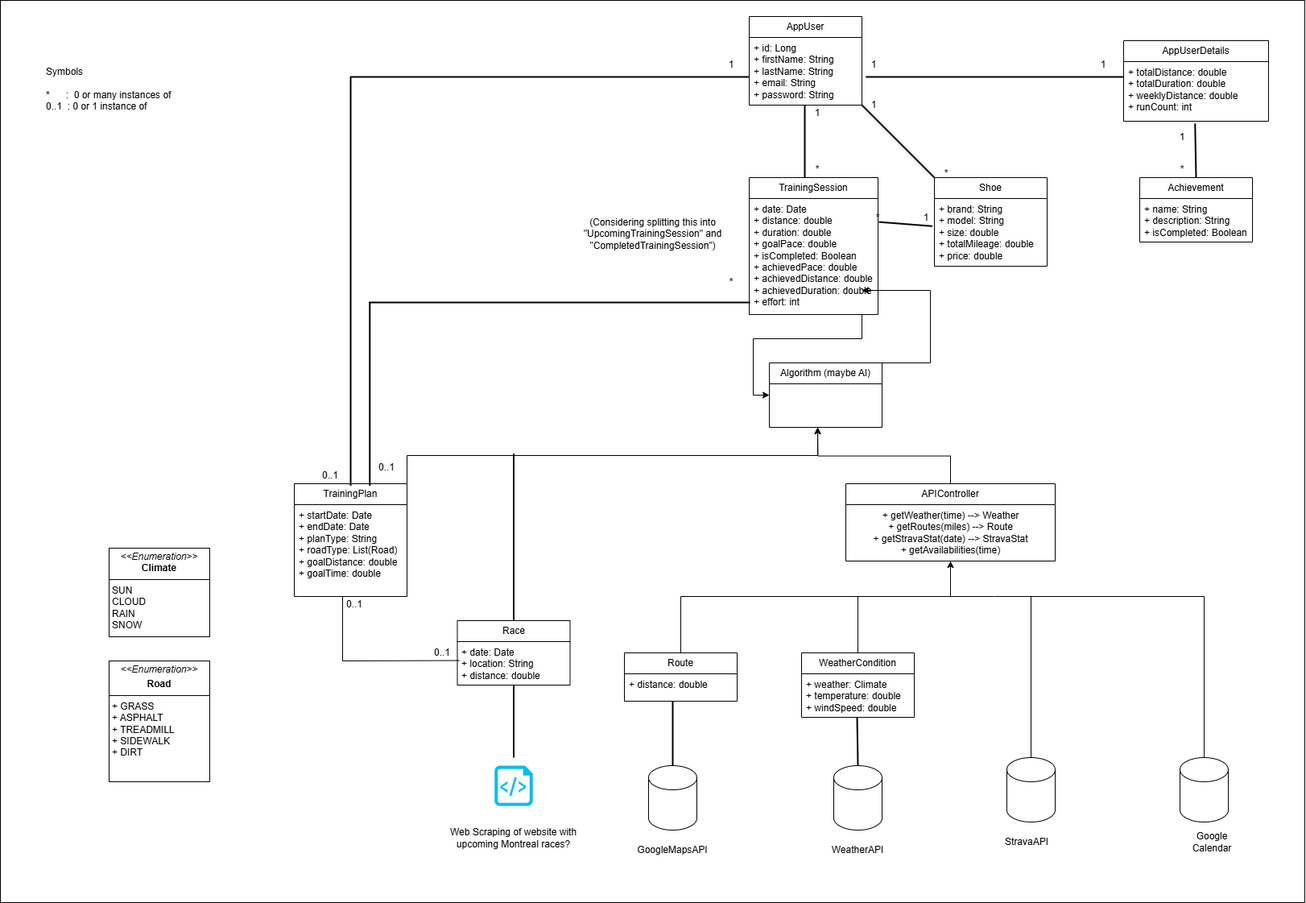
runagainstthewinds/backend keeps this draw.io diagram as Documents/DomainModelDesign.png. Above is the earlier version. Source tidied: cells renumbered, new cells last; positions are measured from the earlier drawing's top-left corner, leaving out a move shared by most shapes.
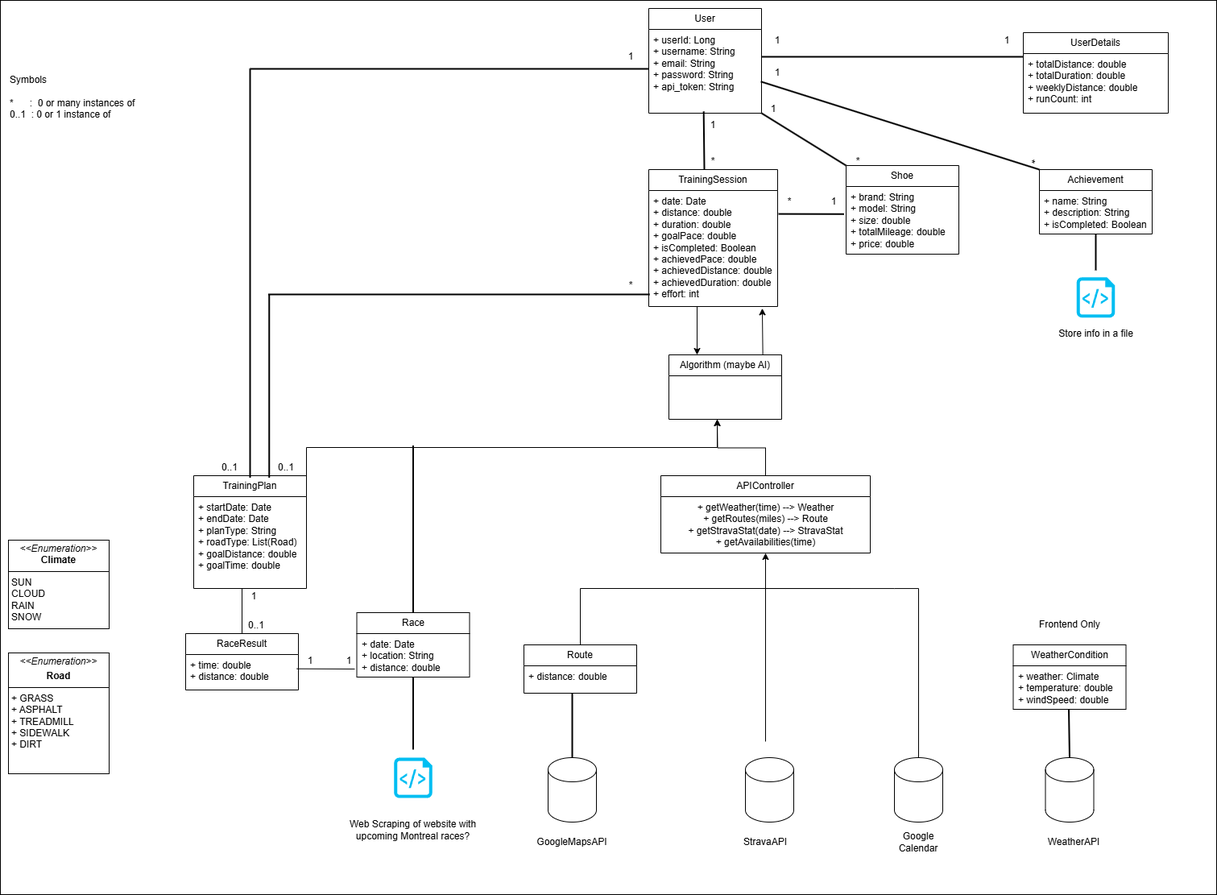
After the commit.

Diff of the diagram source:
```diff
@@ -4,7 +4,7 @@
     <mxCell id="1" parent="0" />
-    <mxCell id="2" value="AppUser" style="swimlane;fontStyle=0;horizontal=1;startSize=26;fillColor=none;whiteSpace=wrap;html=1;" parent="1" vertex="1">
-      <mxGeometry x="930" y="20" width="140" height="110" as="geometry" />
+    <mxCell id="2" value="User" style="swimlane;fontStyle=0;horizontal=1;startSize=26;fillColor=none;whiteSpace=wrap;html=1;" parent="1" vertex="1">
+      <mxGeometry x="930" y="20" width="140" height="130" as="geometry" />
     </mxCell>
-    <mxCell id="3" value="+ id: Long&lt;div&gt;+ firstName: String&lt;/div&gt;&lt;div&gt;+ lastName: String&lt;/div&gt;&lt;div&gt;+ email: String&amp;nbsp;&lt;/div&gt;&lt;div&gt;+ password: String&lt;/div&gt;&lt;div&gt;&lt;br&gt;&lt;/div&gt;" style="text;strokeColor=none;fillColor=none;align=left;verticalAlign=top;spacingLeft=4;spacingRight=4;overflow=hidden;points=[[0,0.5],[1,0.5]];portConstraint=eastwest;whiteSpace=wrap;html=1;" parent="2" vertex="1">
-      <mxGeometry y="26" width="140" height="84" as="geometry" />
+    <mxCell id="3" value="+ userId: Long&lt;div&gt;+ username: String&lt;/div&gt;&lt;div&gt;+ email: String&amp;nbsp;&lt;/div&gt;&lt;div&gt;+ password: String&lt;/div&gt;&lt;div&gt;+ api_token: String&lt;/div&gt;&lt;div&gt;&lt;br&gt;&lt;/div&gt;" style="text;strokeColor=none;fillColor=none;align=left;verticalAlign=top;spacingLeft=4;spacingRight=4;overflow=hidden;points=[[0,0.5],[1,0.5]];portConstraint=eastwest;whiteSpace=wrap;html=1;" parent="2" vertex="1">
+      <mxGeometry y="26" width="140" height="104" as="geometry" />
     </mxCell>
@@ -32,3 +32,3 @@
     </mxCell>
-    <mxCell id="9" value="AppUserDetails" style="swimlane;fontStyle=0;horizontal=1;startSize=26;fillColor=none;whiteSpace=wrap;html=1;" parent="1" vertex="1">
+    <mxCell id="9" value="UserDetails" style="swimlane;fontStyle=0;horizontal=1;startSize=26;fillColor=none;whiteSpace=wrap;html=1;" parent="1" vertex="1">
       <mxGeometry x="1395" y="50" width="180" height="100" as="geometry" />
@@ -39,3 +39,3 @@
     <mxCell id="11" value="Shoe" style="swimlane;fontStyle=0;horizontal=1;startSize=26;fillColor=none;whiteSpace=wrap;html=1;" parent="1" vertex="1">
-      <mxGeometry x="1160" y="220" width="140" height="110" as="geometry" />
+      <mxGeometry x="1175" y="215" width="140" height="110" as="geometry" />
     </mxCell>
@@ -44,24 +44,20 @@
     </mxCell>
-    <mxCell id="13" style="endArrow=none;html=1;rounded=0;strokeWidth=2;" parent="1" edge="1">
-      <mxGeometry relative="1" as="geometry">
-        <mxPoint x="1160" y="220" as="sourcePoint" />
-        <mxPoint x="1070" y="130" as="targetPoint" />
-      </mxGeometry>
+    <mxCell id="13" style="endArrow=none;html=1;rounded=0;strokeWidth=2;exitX=0;exitY=0.75;exitDx=0;exitDy=0;entryX=1;entryY=1;entryDx=0;entryDy=0;entryPerimeter=0;" parent="1" edge="1" source="16" target="3">
+      <mxGeometry relative="1" as="geometry" />
     </mxCell>
     <mxCell id="14" value="1" style="text;html=1;align=center;verticalAlign=middle;whiteSpace=wrap;rounded=0;" parent="1" vertex="1">
-      <mxGeometry x="1000" y="130" width="30" height="20" as="geometry" />
+      <mxGeometry x="995" y="155" width="30" height="20" as="geometry" />
     </mxCell>
     <mxCell id="15" value="*" style="text;html=1;align=center;verticalAlign=middle;whiteSpace=wrap;rounded=0;" parent="1" vertex="1">
-      <mxGeometry x="1000" y="200" width="30" height="20" as="geometry" />
+      <mxGeometry x="995" y="200" width="30" height="20" as="geometry" />
     </mxCell>
     <mxCell id="16" value="*" style="text;html=1;align=center;verticalAlign=middle;whiteSpace=wrap;rounded=0;" parent="1" vertex="1">
-      <mxGeometry x="1160" y="205" width="30" height="20" as="geometry" />
+      <mxGeometry x="1175" y="200" width="30" height="20" as="geometry" />
     </mxCell>
     <mxCell id="17" value="Symbols&lt;div&gt;&lt;br&gt;&lt;/div&gt;&lt;div&gt;*&amp;nbsp; &amp;nbsp; &amp;nbsp; :&amp;nbsp; 0 or many instances of&lt;/div&gt;&lt;div&gt;0..1&amp;nbsp; : 0 or 1 instance of&lt;/div&gt;" style="text;html=1;align=left;verticalAlign=middle;whiteSpace=wrap;rounded=0;" parent="1" vertex="1">
-      <mxGeometry x="55" y="40" width="200" height="140" as="geometry" />
+      <mxGeometry x="135" y="60" width="200" height="140" as="geometry" />
     </mxCell>
-    <mxCell id="18" style="endArrow=none;html=1;rounded=0;entryX=0;entryY=0.5;entryDx=0;entryDy=0;entryPerimeter=0;strokeWidth=2;" parent="1" edge="1">
+    <mxCell id="18" style="endArrow=none;html=1;rounded=0;entryX=0.487;entryY=0.979;entryDx=0;entryDy=0;strokeWidth=2;entryPerimeter=0;" parent="1" edge="1" target="3">
       <mxGeometry relative="1" as="geometry">
         <mxPoint x="999" y="220" as="sourcePoint" />
-        <mxPoint x="999" y="130" as="targetPoint" />
       </mxGeometry>
@@ -69,6 +65,6 @@
     <mxCell id="19" style="line;strokeWidth=2;html=1;" parent="1" vertex="1">
-      <mxGeometry x="1075" y="40" width="320" height="110" as="geometry" />
+      <mxGeometry x="1070" y="25" width="325" height="110" as="geometry" />
     </mxCell>
     <mxCell id="20" value="1" style="text;html=1;align=center;verticalAlign=middle;whiteSpace=wrap;rounded=0;" parent="1" vertex="1">
-      <mxGeometry x="1070" y="120" width="30" height="20" as="geometry" />
+      <mxGeometry x="1070" y="135" width="30" height="20" as="geometry" />
     </mxCell>
@@ -81,9 +77,9 @@
     <mxCell id="23" value="1" style="text;html=1;align=center;verticalAlign=middle;whiteSpace=wrap;rounded=0;" parent="1" vertex="1">
-      <mxGeometry x="1070" y="70" width="30" height="20" as="geometry" />
+      <mxGeometry x="1075" y="50" width="30" height="20" as="geometry" />
     </mxCell>
     <mxCell id="24" value="1" style="text;html=1;align=center;verticalAlign=middle;whiteSpace=wrap;rounded=0;" parent="1" vertex="1">
-      <mxGeometry x="1355" y="70" width="30" height="20" as="geometry" />
+      <mxGeometry x="1360" y="50" width="30" height="20" as="geometry" />
     </mxCell>
     <mxCell id="25" value="WeatherCondition" style="swimlane;fontStyle=0;horizontal=1;startSize=26;fillColor=none;whiteSpace=wrap;html=1;" parent="1" vertex="1">
-      <mxGeometry x="995" y="810" width="140" height="80" as="geometry" />
+      <mxGeometry x="1382.5" y="810" width="140" height="80" as="geometry" />
     </mxCell>
@@ -96,3 +92,3 @@
     <mxCell id="28" style="shape=cylinder3;whiteSpace=wrap;html=1;boundedLbl=1;backgroundOutline=1;size=15;" parent="1" vertex="1">
-      <mxGeometry x="1035" y="950" width="60" height="80" as="geometry" />
+      <mxGeometry x="1422.5" y="950" width="60" height="80" as="geometry" />
     </mxCell>
@@ -100,4 +96,4 @@
       <mxGeometry relative="1" as="geometry">
-        <mxPoint x="1065" y="950" as="sourcePoint" />
-        <mxPoint x="1064" y="890" as="targetPoint" />
+        <mxPoint x="1452.5" y="950" as="sourcePoint" />
+        <mxPoint x="1451.5" y="890" as="targetPoint" />
       </mxGeometry>
@@ -105,9 +101,9 @@
     <mxCell id="30" value="WeatherAPI" style="text;html=1;align=center;verticalAlign=middle;whiteSpace=wrap;rounded=0;" parent="1" vertex="1">
-      <mxGeometry x="1025" y="1040" width="80" height="30" as="geometry" />
+      <mxGeometry x="1417.5" y="1040" width="80" height="30" as="geometry" />
     </mxCell>
     <mxCell id="31" style="shape=cylinder3;whiteSpace=wrap;html=1;boundedLbl=1;backgroundOutline=1;size=15;" parent="1" vertex="1">
-      <mxGeometry x="1250" y="940" width="60" height="80" as="geometry" />
+      <mxGeometry x="1050" y="950" width="60" height="80" as="geometry" />
     </mxCell>
     <mxCell id="32" value="StravaAPI" style="text;html=1;align=center;verticalAlign=middle;whiteSpace=wrap;rounded=0;" parent="1" vertex="1">
-      <mxGeometry x="1235" y="1030" width="80" height="30" as="geometry" />
+      <mxGeometry x="1035" y="1040" width="80" height="30" as="geometry" />
     </mxCell>
@@ -119,3 +115,3 @@
     </mxCell>
-    <mxCell id="35" style="endArrow=none;html=1;rounded=0;strokeWidth=2;exitX=0.5;exitY=0;exitDx=0;exitDy=0;entryX=0.493;entryY=1.04;entryDx=0;entryDy=0;entryPerimeter=0;" parent="1" edge="1" source="33" target="10">
+    <mxCell id="35" style="endArrow=none;html=1;rounded=0;strokeWidth=2;exitX=0;exitY=0;exitDx=0;exitDy=0;entryX=0.994;entryY=0.623;entryDx=0;entryDy=0;entryPerimeter=0;" parent="1" edge="1" source="33" target="3">
       <mxGeometry relative="1" as="geometry" />
@@ -123,3 +119,3 @@
     <mxCell id="36" value="1" style="text;html=1;align=center;verticalAlign=middle;whiteSpace=wrap;rounded=0;" parent="1" vertex="1">
-      <mxGeometry x="1452.5" y="160" width="30" height="20" as="geometry" />
+      <mxGeometry x="1075" y="90" width="30" height="20" as="geometry" />
     </mxCell>
@@ -137,5 +133,2 @@
     </mxCell>
-    <mxCell id="40" value="(Considering splitting this into &quot;UpcomingTrainingSession&quot; and &quot;CompletedTrainingSession&quot;)" style="text;html=1;align=center;verticalAlign=middle;whiteSpace=wrap;rounded=0;" parent="1" vertex="1">
-      <mxGeometry x="707.5" y="280" width="205" height="20" as="geometry" />
-    </mxCell>
     <mxCell id="41" value="Race" style="swimlane;fontStyle=0;horizontal=1;startSize=26;fillColor=none;whiteSpace=wrap;html=1;" parent="1" vertex="1">
@@ -164,6 +157,6 @@
     <mxCell id="47" style="shape=cylinder3;whiteSpace=wrap;html=1;boundedLbl=1;backgroundOutline=1;size=15;" parent="1" vertex="1">
-      <mxGeometry x="1465" y="940" width="60" height="80" as="geometry" />
+      <mxGeometry x="1235" y="950" width="60" height="80" as="geometry" />
     </mxCell>
     <mxCell id="48" value="Google Calendar" style="text;html=1;align=center;verticalAlign=middle;whiteSpace=wrap;rounded=0;" parent="1" vertex="1">
-      <mxGeometry x="1465" y="1030" width="80" height="30" as="geometry" />
+      <mxGeometry x="1225" y="1040" width="80" height="30" as="geometry" />
     </mxCell>
@@ -184,3 +177,3 @@
     <mxCell id="52" value="APIController" style="swimlane;fontStyle=0;horizontal=1;startSize=26;fillColor=none;whiteSpace=wrap;html=1;" parent="1" vertex="1">
-      <mxGeometry x="1050" y="600" width="260" height="96" as="geometry" />
+      <mxGeometry x="945" y="600" width="260" height="96" as="geometry" />
     </mxCell>
@@ -189,12 +182,2 @@
     </mxCell>
-    <mxCell id="54" style="edgeStyle=orthogonalEdgeStyle;rounded=0;jettySize=auto;html=1;exitX=0.5;exitY=0;exitDx=0;exitDy=0;" parent="1" edge="1" source="55">
-      <mxGeometry relative="1" as="geometry">
-        <mxPoint x="1070" y="360" as="targetPoint" />
-        <Array as="points">
-          <mxPoint x="1155" y="450" />
-          <mxPoint x="1155" y="360" />
-          <mxPoint x="1070" y="360" />
-        </Array>
-      </mxGeometry>
-    </mxCell>
     <mxCell id="55" value="Algorithm (maybe AI)" style="swimlane;fontStyle=0;horizontal=1;startSize=26;fillColor=none;whiteSpace=wrap;html=1;" parent="1" vertex="1">
@@ -202,12 +185,2 @@
     </mxCell>
-    <mxCell id="56" style="edgeStyle=orthogonalEdgeStyle;rounded=0;jettySize=auto;html=1;entryX=0;entryY=0.5;entryDx=0;entryDy=0;" parent="1" edge="1" source="8" target="55">
-      <mxGeometry relative="1" as="geometry">
-        <Array as="points">
-          <mxPoint x="1070" y="310" />
-          <mxPoint x="1070" y="420" />
-          <mxPoint x="935" y="420" />
-          <mxPoint x="935" y="490" />
-        </Array>
-      </mxGeometry>
-    </mxCell>
     <mxCell id="57" style="line;strokeWidth=2;html=1;" parent="1" vertex="1">
@@ -228,12 +201,7 @@
     <mxCell id="62" value="1" style="text;html=1;align=center;verticalAlign=middle;whiteSpace=wrap;rounded=0;" parent="1" vertex="1">
-      <mxGeometry x="1135" y="260" width="30" height="20" as="geometry" />
+      <mxGeometry x="1145" y="250" width="30" height="20" as="geometry" />
     </mxCell>
-    <mxCell id="63" value="*" style="text;html=1;align=center;verticalAlign=middle;whiteSpace=wrap;rounded=0;" parent="1" vertex="1">
-      <mxGeometry x="1452.5" y="200" width="30" height="20" as="geometry" />
+    <mxCell id="63" value="*" style="text;html=1;align=center;verticalAlign=middle;whiteSpace=wrap;rounded=0;rotation=90;" parent="1" vertex="1">
+      <mxGeometry x="1390" y="200" width="30" height="20" as="geometry" />
     </mxCell>
-    <mxCell id="64" style="endArrow=none;html=1;rounded=0;exitX=0.5;exitY=0;exitDx=0;exitDy=0;" parent="1" edge="1" source="25">
-      <mxGeometry relative="1" as="geometry">
-        <mxPoint x="1065" y="740" as="targetPoint" />
-      </mxGeometry>
-    </mxCell>
     <mxCell id="65" style="endArrow=none;html=1;rounded=0;" parent="1" edge="1">
@@ -249,5 +217,6 @@
     </mxCell>
-    <mxCell id="67" style="endArrow=none;html=1;rounded=0;exitX=0.5;exitY=0;exitDx=0;exitDy=0;exitPerimeter=0;" parent="1" edge="1" source="31">
+    <mxCell id="67" style="endArrow=none;html=1;rounded=0;exitX=0.5;exitY=0;exitDx=0;exitDy=0;exitPerimeter=0;" parent="1" edge="1">
       <mxGeometry relative="1" as="geometry">
-        <mxPoint x="1280" y="740" as="targetPoint" />
+        <mxPoint x="1075" y="930" as="sourcePoint" />
+        <mxPoint x="1075" y="730" as="targetPoint" />
       </mxGeometry>
@@ -257,5 +226,4 @@
     </mxCell>
-    <mxCell id="69" style="endArrow=none;html=1;rounded=0;" parent="1" edge="1">
+    <mxCell id="69" style="endArrow=none;html=1;rounded=0;exitX=0.5;exitY=0;exitDx=0;exitDy=0;" parent="1" edge="1" source="80">
       <mxGeometry relative="1" as="geometry">
-        <mxPoint x="425" y="820" as="sourcePoint" />
         <mxPoint x="425" y="740" as="targetPoint" />
@@ -263,11 +231,6 @@
     </mxCell>
-    <mxCell id="70" style="endArrow=none;html=1;rounded=0;exitX=0.017;exitY=0.435;exitDx=0;exitDy=0;exitPerimeter=0;" parent="1" edge="1" source="42">
-      <mxGeometry relative="1" as="geometry">
-        <mxPoint x="425" y="820" as="targetPoint" />
-      </mxGeometry>
-    </mxCell>
-    <mxCell id="71" value="0..1" style="text;html=1;align=center;verticalAlign=middle;whiteSpace=wrap;rounded=0;" parent="1" vertex="1">
-      <mxGeometry x="533.8" y="800" width="30" height="20" as="geometry" />
+    <mxCell id="71" value="1" style="text;html=1;align=center;verticalAlign=middle;whiteSpace=wrap;rounded=0;" parent="1" vertex="1">
+      <mxGeometry x="542.5" y="820" width="30" height="20" as="geometry" />
     </mxCell>
-    <mxCell id="72" value="0..1" style="text;html=1;align=center;verticalAlign=middle;whiteSpace=wrap;rounded=0;" parent="1" vertex="1">
+    <mxCell id="72" value="1" style="text;html=1;align=center;verticalAlign=middle;whiteSpace=wrap;rounded=0;" parent="1" vertex="1">
       <mxGeometry x="425" y="740" width="30" height="20" as="geometry" />
@@ -281,13 +244,50 @@
     <mxCell id="75" value="0..1" style="text;html=1;align=center;verticalAlign=middle;whiteSpace=wrap;rounded=0;" parent="1" vertex="1">
-      <mxGeometry x="465" y="570" width="30" height="20" as="geometry" />
+      <mxGeometry x="465" y="580" width="30" height="20" as="geometry" />
     </mxCell>
     <mxCell id="76" value="*" style="text;html=1;align=center;verticalAlign=middle;whiteSpace=wrap;rounded=0;" parent="1" vertex="1">
-      <mxGeometry x="893" y="340" width="30" height="20" as="geometry" />
+      <mxGeometry x="893" y="353.8" width="30" height="20" as="geometry" />
     </mxCell>
     <mxCell id="77" value="*" style="text;html=1;align=center;verticalAlign=middle;whiteSpace=wrap;rounded=0;" parent="1" vertex="1">
-      <mxGeometry x="1075" y="260" width="30" height="20" as="geometry" />
+      <mxGeometry x="1090" y="250" width="30" height="20" as="geometry" />
     </mxCell>
-    <mxCell id="78" style="rounded=0;whiteSpace=wrap;html=1;fillColor=none;" parent="1" vertex="1">
-      <mxGeometry width="1620" height="1120" as="geometry" />
-    </mxCell>
+    <mxCell id="79" value="Frontend Only" style="text;html=1;align=center;verticalAlign=middle;whiteSpace=wrap;rounded=0;" parent="1" vertex="1">
+      <mxGeometry x="1407.5" y="770" width="90" height="30" as="geometry" />
+    </mxCell>
+    <mxCell id="80" value="RaceResult" style="swimlane;fontStyle=0;horizontal=1;startSize=26;fillColor=none;whiteSpace=wrap;html=1;" parent="1" vertex="1">
+      <mxGeometry x="355" y="796" width="140" height="70" as="geometry" />
+    </mxCell>
+    <mxCell id="81" value="+ time: double&lt;div&gt;+ distance: double&lt;/div&gt;" style="text;strokeColor=none;fillColor=none;align=left;verticalAlign=top;spacingLeft=4;spacingRight=4;overflow=hidden;points=[[0,0.5],[1,0.5]];portConstraint=eastwest;whiteSpace=wrap;html=1;" parent="80" vertex="1">
+      <mxGeometry y="26" width="140" height="44" as="geometry" />
+    </mxCell>
+    <mxCell id="82" style="endArrow=none;html=1;rounded=0;exitX=0.986;exitY=0.402;exitDx=0;exitDy=0;exitPerimeter=0;" parent="1" edge="1" source="81">
+      <mxGeometry relative="1" as="geometry">
+        <mxPoint x="565" y="840" as="targetPoint" />
+      </mxGeometry>
+    </mxCell>
+    <mxCell id="83" value="1" style="text;html=1;align=center;verticalAlign=middle;whiteSpace=wrap;rounded=0;" parent="1" vertex="1">
+      <mxGeometry x="495" y="820" width="30" height="20" as="geometry" />
+    </mxCell>
+    <mxCell id="84" value="0..1" style="text;html=1;align=center;verticalAlign=middle;whiteSpace=wrap;rounded=0;" parent="1" vertex="1">
+      <mxGeometry x="427.5" y="776" width="30" height="20" as="geometry" />
+    </mxCell>
+    <mxCell id="85" style="verticalLabelPosition=bottom;html=1;verticalAlign=top;align=center;strokeColor=none;fillColor=#00BEF2;shape=mxgraph.azure.script_file;" parent="1" vertex="1">
+      <mxGeometry x="1461.2" y="353.8" width="47.5" height="50" as="geometry" />
+    </mxCell>
+    <mxCell id="86" style="line;strokeWidth=2;html=1;rotation=90;" parent="1" vertex="1">
+      <mxGeometry x="1462.5" y="267.5" width="45" height="110" as="geometry" />
+    </mxCell>
+    <mxCell id="87" value="Store info in a file" style="text;html=1;align=center;verticalAlign=middle;whiteSpace=wrap;rounded=0;" parent="1" vertex="1">
+      <mxGeometry x="1382.5" y="413.8" width="205" height="20" as="geometry" />
+    </mxCell>
+    <mxCell id="88" style="endArrow=classic;html=1;rounded=0;entryX=0.881;entryY=1.016;entryDx=0;entryDy=0;entryPerimeter=0;exitX=0.833;exitY=0;exitDx=0;exitDy=0;exitPerimeter=0;" parent="1" edge="1" source="55" target="8">
+      <mxGeometry relative="1" as="geometry" />
+    </mxCell>
+    <mxCell id="89" style="endArrow=classic;html=1;rounded=0;entryX=0.25;entryY=0;entryDx=0;entryDy=0;" parent="1" edge="1" target="55">
+      <mxGeometry relative="1" as="geometry">
+        <mxPoint x="990" y="390" as="sourcePoint" />
+      </mxGeometry>
+    </mxCell>
+    <mxCell id="90" style="rounded=0;whiteSpace=wrap;html=1;fillColor=none;" parent="1" vertex="1">
+      <mxGeometry x="125" y="10" width="1510" height="1110" as="geometry" />
+    </mxCell>
   </root>
```
